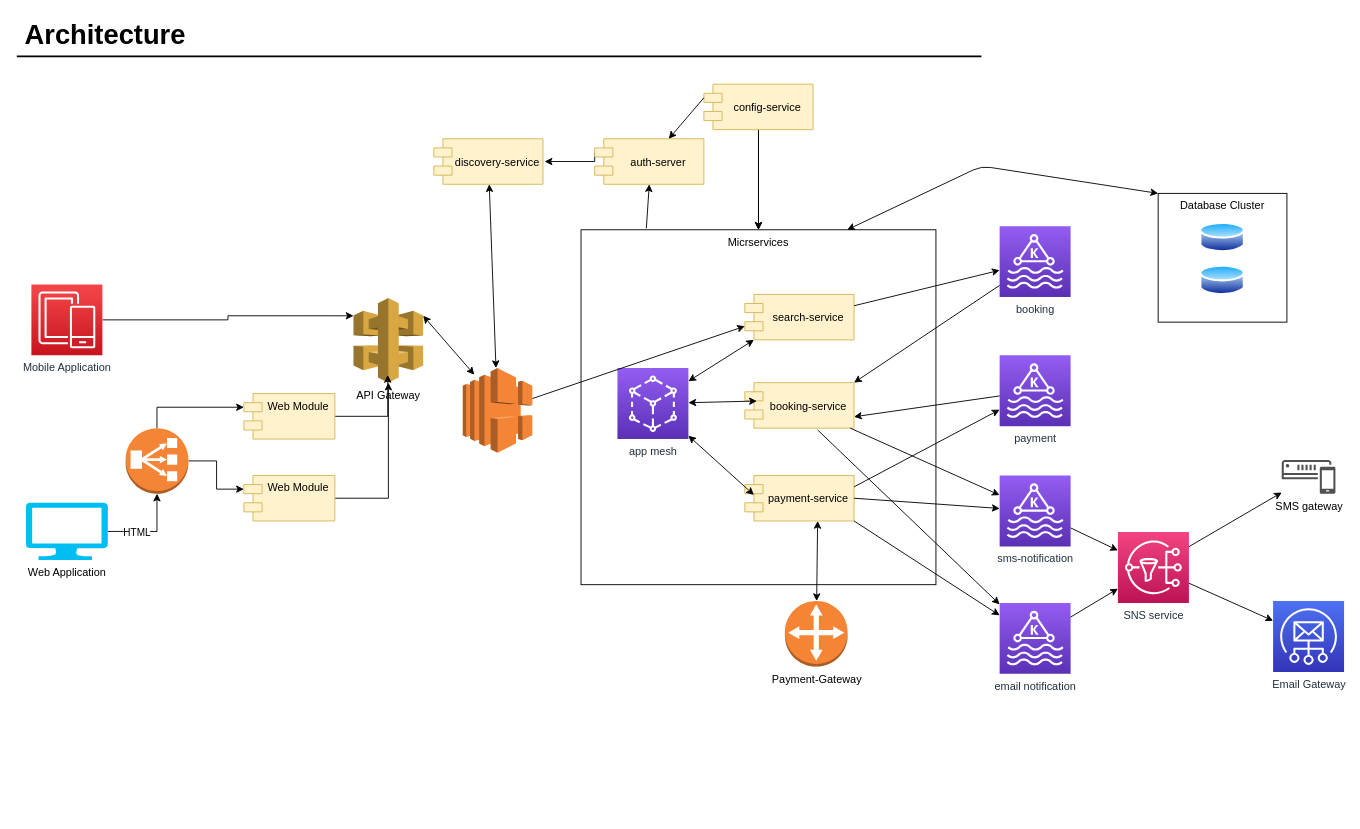
Earlier version of the draw.io diagram page "architecture" (1 of 4) of documents/architecture_diagram.drawio (DIL8654/eda-project). Source tidied: cells renumbered, new cells numbered last; positions are measured from the earlier drawing's top-left corner, leaving out a move shared by most shapes. Both pictures are drawn from the tidied source at 91%, with x=0, y=0 at pixel (16, 15).
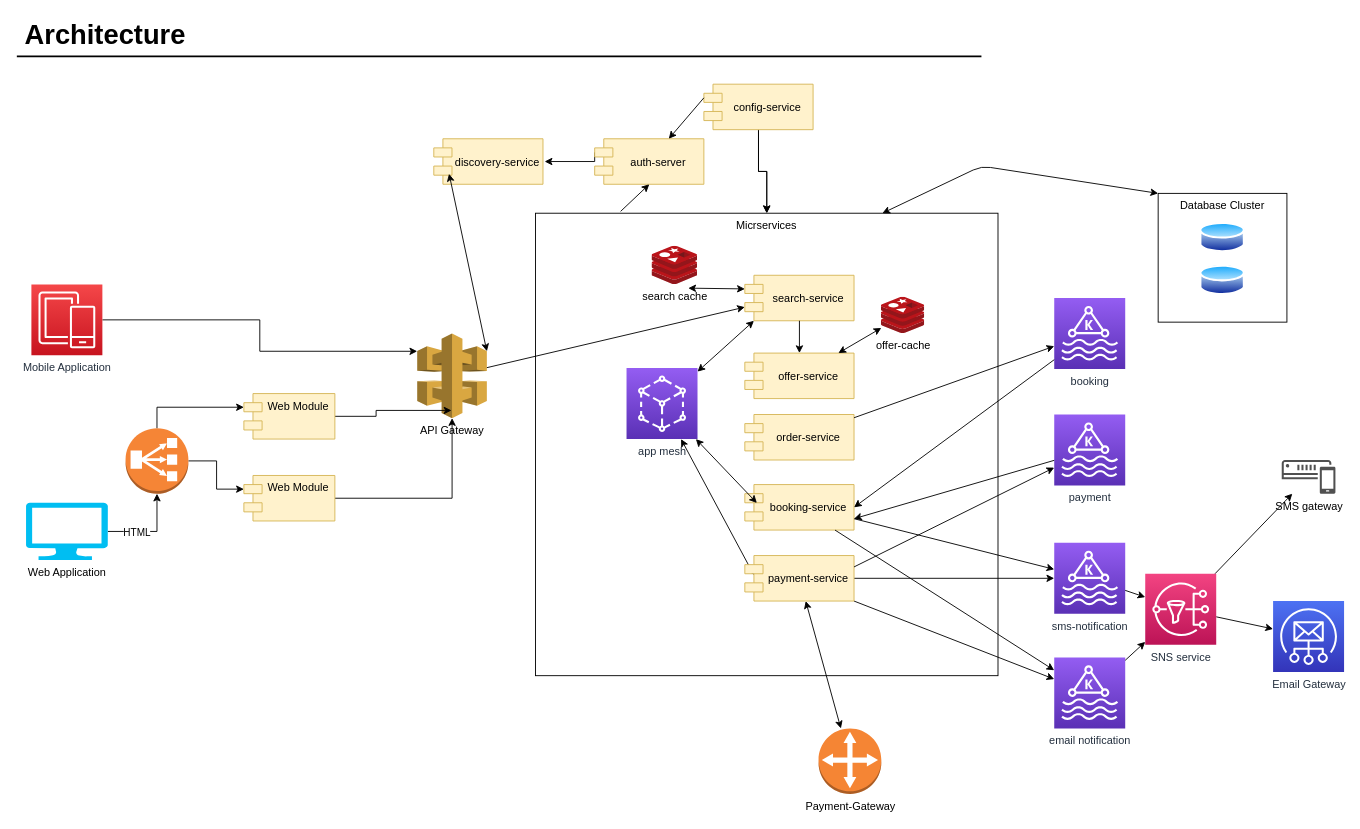
The same page after the edit.

Unchanged cells that the change refers to:
```xml
<mxCell id="20" value="discovery-service" style="shape=module;align=left;spacingLeft=20;align=center;verticalAlign=middle;fillColor=#fff2cc;strokeColor=#d6b656;" parent="1" vertex="1">
  <mxGeometry x="458.2" y="136" width="120" height="50" as="geometry" />
</mxCell>
```

Diff of the diagram source:
```diff
@@
     <mxCell id="3" value="Micrservices" style="whiteSpace=wrap;html=1;verticalAlign=top;" parent="1" vertex="1">
-      <mxGeometry x="620" y="236" width="390" height="390" as="geometry" />
+      <mxGeometry x="570" y="217.8" width="508.2" height="508.2" as="geometry" />
     </mxCell>
@@
     <mxCell id="10" value="API Gateway" style="outlineConnect=0;dashed=0;verticalLabelPosition=bottom;verticalAlign=top;align=center;html=1;shape=mxgraph.aws3.api_gateway;fillColor=#D9A741;gradientColor=none;" parent="1" vertex="1">
-      <mxGeometry x="370" y="311" width="76.5" height="93" as="geometry" />
+      <mxGeometry x="440" y="350" width="76.5" height="93" as="geometry" />
     </mxCell>
@@
     <mxCell id="22" value="booking" style="outlineConnect=0;fontColor=#232F3E;gradientColor=#945DF2;gradientDirection=north;fillColor=#5A30B5;strokeColor=#ffffff;dashed=0;verticalLabelPosition=bottom;verticalAlign=top;align=center;html=1;fontSize=12;fontStyle=0;shape=mxgraph.aws4.resourceIcon;resIcon=mxgraph.aws4.managed_streaming_for_kafka;" parent="1" vertex="1">
-      <mxGeometry x="1080" y="232" width="78" height="78" as="geometry" />
+      <mxGeometry x="1140" y="311" width="78" height="78" as="geometry" />
     </mxCell>
     <mxCell id="23" value="payment" style="outlineConnect=0;fontColor=#232F3E;gradientColor=#945DF2;gradientDirection=north;fillColor=#5A30B5;strokeColor=#ffffff;dashed=0;verticalLabelPosition=bottom;verticalAlign=top;align=center;html=1;fontSize=12;fontStyle=0;shape=mxgraph.aws4.resourceIcon;resIcon=mxgraph.aws4.managed_streaming_for_kafka;" parent="1" vertex="1">
-      <mxGeometry x="1080" y="374" width="78" height="78" as="geometry" />
+      <mxGeometry x="1140" y="439" width="78" height="78" as="geometry" />
     </mxCell>
     <mxCell id="24" value="sms-notification" style="outlineConnect=0;fontColor=#232F3E;gradientColor=#945DF2;gradientDirection=north;fillColor=#5A30B5;strokeColor=#ffffff;dashed=0;verticalLabelPosition=bottom;verticalAlign=top;align=center;html=1;fontSize=12;fontStyle=0;shape=mxgraph.aws4.resourceIcon;resIcon=mxgraph.aws4.managed_streaming_for_kafka;" parent="1" vertex="1">
-      <mxGeometry x="1080" y="506" width="78" height="78" as="geometry" />
+      <mxGeometry x="1140" y="580" width="78" height="78" as="geometry" />
     </mxCell>
     <mxCell id="25" value="email notification" style="outlineConnect=0;fontColor=#232F3E;gradientColor=#945DF2;gradientDirection=north;fillColor=#5A30B5;strokeColor=#ffffff;dashed=0;verticalLabelPosition=bottom;verticalAlign=top;align=center;html=1;fontSize=12;fontStyle=0;shape=mxgraph.aws4.resourceIcon;resIcon=mxgraph.aws4.managed_streaming_for_kafka;" parent="1" vertex="1">
-      <mxGeometry x="1080" y="646" width="78" height="78" as="geometry" />
+      <mxGeometry x="1140" y="706" width="78" height="78" as="geometry" />
     </mxCell>
     <mxCell id="26" value="search-service" style="shape=module;align=left;spacingLeft=20;align=center;verticalAlign=middle;fillColor=#fff2cc;strokeColor=#d6b656;" parent="1" vertex="1">
-      <mxGeometry x="800" y="307" width="120" height="50" as="geometry" />
+      <mxGeometry x="800" y="286" width="120" height="50" as="geometry" />
     </mxCell>
     <mxCell id="27" value="booking-service" style="shape=module;align=left;spacingLeft=20;align=center;verticalAlign=middle;fillColor=#fff2cc;strokeColor=#d6b656;" parent="1" vertex="1">
-      <mxGeometry x="800" y="404" width="120" height="50" as="geometry" />
+      <mxGeometry x="800" y="516" width="120" height="50" as="geometry" />
     </mxCell>
-    <mxCell id="28" value="payment-service" style="shape=module;align=left;spacingLeft=20;align=center;verticalAlign=middle;fillColor=#fff2cc;strokeColor=#d6b656;" parent="1" vertex="1">
-      <mxGeometry x="800" y="506" width="120" height="50" as="geometry" />
-    </mxCell>
     <mxCell id="29" value="Payment-Gateway" style="outlineConnect=0;dashed=0;verticalLabelPosition=bottom;verticalAlign=top;align=center;html=1;shape=mxgraph.aws3.customer_gateway;fillColor=#F58534;gradientColor=none;" parent="1" vertex="1">
-      <mxGeometry x="844" y="644" width="69" height="72" as="geometry" />
+      <mxGeometry x="881" y="784" width="69" height="72" as="geometry" />
     </mxCell>
-    <mxCell id="30" style="endArrow=classic;startArrow=classic;html=1;exitX=1;exitY=0.21;exitDx=0;exitDy=0;exitPerimeter=0;entryX=0.166;entryY=0.078;entryDx=0;entryDy=0;entryPerimeter=0;" parent="1" edge="1" source="10" target="57">
+    <mxCell id="30" style="endArrow=classic;startArrow=classic;html=1;exitX=1;exitY=0.21;exitDx=0;exitDy=0;exitPerimeter=0;entryX=0.14;entryY=0.769;entryDx=0;entryDy=0;entryPerimeter=0;" parent="1" edge="1" source="10" target="20">
       <mxGeometry relative="1" as="geometry" />
     </mxCell>
-    <mxCell id="31" style="endArrow=classic;html=1;exitX=1;exitY=0.25;exitDx=0;exitDy=0;" parent="1" edge="1" source="26" target="22">
-      <mxGeometry relative="1" as="geometry" />
-    </mxCell>
-    <mxCell id="32" style="endArrow=classic;html=1;entryX=1;entryY=0;entryDx=0;entryDy=0;" parent="1" edge="1" source="22" target="27">
-      <mxGeometry relative="1" as="geometry" />
-    </mxCell>
@@
-    <mxCell id="36" style="endArrow=classic;html=1;entryX=1;entryY=0.75;entryDx=0;entryDy=0;" parent="1" edge="1" source="23" target="27">
-      <mxGeometry relative="1" as="geometry" />
-    </mxCell>
-    <mxCell id="37" style="endArrow=classic;html=1;exitX=1;exitY=0.25;exitDx=0;exitDy=0;" parent="1" edge="1" source="28" target="23">
-      <mxGeometry relative="1" as="geometry" />
-    </mxCell>
-    <mxCell id="38" style="endArrow=classic;html=1;" parent="1" edge="1" source="27" target="24">
-      <mxGeometry relative="1" as="geometry" />
-    </mxCell>
-    <mxCell id="39" style="endArrow=classic;html=1;exitX=0.667;exitY=1.04;exitDx=0;exitDy=0;exitPerimeter=0;" parent="1" edge="1" source="27" target="25">
-      <mxGeometry relative="1" as="geometry" />
-    </mxCell>
     <mxCell id="40" value="app mesh" style="outlineConnect=0;fontColor=#232F3E;gradientColor=#945DF2;gradientDirection=north;fillColor=#5A30B5;strokeColor=#ffffff;dashed=0;verticalLabelPosition=bottom;verticalAlign=top;align=center;html=1;fontSize=12;fontStyle=0;shape=mxgraph.aws4.resourceIcon;resIcon=mxgraph.aws4.app_mesh;" parent="1" vertex="1">
-      <mxGeometry x="660" y="388" width="78" height="78" as="geometry" />
+      <mxGeometry x="670" y="388" width="78" height="78" as="geometry" />
     </mxCell>
@@
-    <mxCell id="44" style="endArrow=classic;startArrow=classic;html=1;" parent="1" edge="1" source="29">
-      <mxGeometry relative="1" as="geometry">
-        <mxPoint x="880" y="556" as="targetPoint" />
-      </mxGeometry>
-    </mxCell>
@@
     <mxCell id="53" value="SNS service" style="outlineConnect=0;fontColor=#232F3E;gradientColor=#F34482;gradientDirection=north;fillColor=#BC1356;strokeColor=#ffffff;dashed=0;verticalLabelPosition=bottom;verticalAlign=top;align=center;html=1;fontSize=12;fontStyle=0;shape=mxgraph.aws4.resourceIcon;resIcon=mxgraph.aws4.sns;" parent="1" vertex="1">
-      <mxGeometry x="1210" y="568" width="78" height="78" as="geometry" />
+      <mxGeometry x="1240" y="614" width="78" height="78" as="geometry" />
     </mxCell>
@@
-    <mxCell id="57" style="outlineConnect=0;dashed=0;verticalLabelPosition=bottom;verticalAlign=top;align=center;html=1;shape=mxgraph.aws3.elastic_load_balancing;fillColor=#F58536;gradientColor=none;" parent="1" vertex="1">
-      <mxGeometry x="490" y="388" width="76.5" height="93" as="geometry" />
-    </mxCell>
-    <mxCell id="58" style="endArrow=classic;html=1;entryX=0;entryY=0;entryDx=0;entryDy=35;entryPerimeter=0;" parent="1" edge="1" source="57" target="26">
+    <mxCell id="58" style="endArrow=classic;html=1;entryX=0;entryY=0;entryDx=0;entryDy=35;entryPerimeter=0;" parent="1" edge="1" source="10" target="26">
       <mxGeometry relative="1" as="geometry" />
     </mxCell>
-    <mxCell id="59" style="endArrow=classic;startArrow=classic;html=1;" parent="1" edge="1" source="57" target="20">
-      <mxGeometry relative="1" as="geometry" />
-    </mxCell>
@@
+    <mxCell id="63" value="search cache" style="html=1;points=[];align=center;image;fontSize=12;image=img/lib/mscae/Cache_Redis_Product.svg;" parent="1" vertex="1">
+      <mxGeometry x="698" y="254" width="50" height="42" as="geometry" />
+    </mxCell>
+    <mxCell id="64" value="offer-cache" style="html=1;points=[];align=center;image;fontSize=12;image=img/lib/mscae/Cache_Redis_Product.svg;" parent="1" vertex="1">
+      <mxGeometry x="950" y="310" width="47.6" height="40" as="geometry" />
+    </mxCell>
+    <mxCell id="65" style="endArrow=classic;startArrow=classic;html=1;entryX=0.797;entryY=1.099;entryDx=0;entryDy=0;entryPerimeter=0;exitX=0;exitY=0;exitDx=0;exitDy=15;exitPerimeter=0;" parent="1" edge="1" source="26" target="63">
+      <mxGeometry relative="1" as="geometry" />
+    </mxCell>
+    <mxCell id="28" value="payment-service" style="shape=module;align=left;spacingLeft=20;align=center;verticalAlign=middle;fillColor=#fff2cc;strokeColor=#d6b656;" parent="1" vertex="1">
+      <mxGeometry x="800" y="594" width="120" height="50" as="geometry" />
+    </mxCell>
+    <mxCell id="66" style="endArrow=classic;startArrow=classic;html=1;" parent="1" edge="1" source="29" target="28">
+      <mxGeometry relative="1" as="geometry" />
+    </mxCell>
+    <mxCell id="67" value="offer-service" style="shape=module;align=left;spacingLeft=20;align=center;verticalAlign=middle;fillColor=#fff2cc;strokeColor=#d6b656;" parent="1" vertex="1">
+      <mxGeometry x="800" y="371.5" width="120" height="50" as="geometry" />
+    </mxCell>
+    <mxCell id="68" style="endArrow=classic;html=1;exitX=0.5;exitY=1;exitDx=0;exitDy=0;" parent="1" edge="1" source="26" target="67">
+      <mxGeometry relative="1" as="geometry" />
+    </mxCell>
+    <mxCell id="69" style="endArrow=classic;startArrow=classic;html=1;" parent="1" edge="1" source="67" target="64">
+      <mxGeometry relative="1" as="geometry" />
+    </mxCell>
+    <mxCell id="70" value="order-service" style="shape=module;align=left;spacingLeft=20;align=center;verticalAlign=middle;fillColor=#fff2cc;strokeColor=#d6b656;" parent="1" vertex="1">
+      <mxGeometry x="800" y="439" width="120" height="50" as="geometry" />
+    </mxCell>
+    <mxCell id="71" style="endArrow=classic;html=1;" parent="1" edge="1" source="70" target="22">
+      <mxGeometry relative="1" as="geometry" />
+    </mxCell>
+    <mxCell id="32" style="endArrow=classic;html=1;entryX=1;entryY=0.5;entryDx=0;entryDy=0;" parent="1" edge="1" source="22" target="27">
+      <mxGeometry relative="1" as="geometry" />
+    </mxCell>
+    <mxCell id="37" style="endArrow=classic;html=1;exitX=1;exitY=0.25;exitDx=0;exitDy=0;" parent="1" edge="1" source="28" target="23">
+      <mxGeometry relative="1" as="geometry" />
+    </mxCell>
+    <mxCell id="36" style="endArrow=classic;html=1;entryX=1;entryY=0.75;entryDx=0;entryDy=0;" parent="1" edge="1" source="23" target="27">
+      <mxGeometry relative="1" as="geometry" />
+    </mxCell>
+    <mxCell id="38" style="endArrow=classic;html=1;exitX=1;exitY=0.75;exitDx=0;exitDy=0;" parent="1" edge="1" source="27" target="24">
+      <mxGeometry relative="1" as="geometry" />
+    </mxCell>
+    <mxCell id="39" style="endArrow=classic;html=1;" parent="1" edge="1" source="27" target="25">
+      <mxGeometry relative="1" as="geometry" />
+    </mxCell>
```
